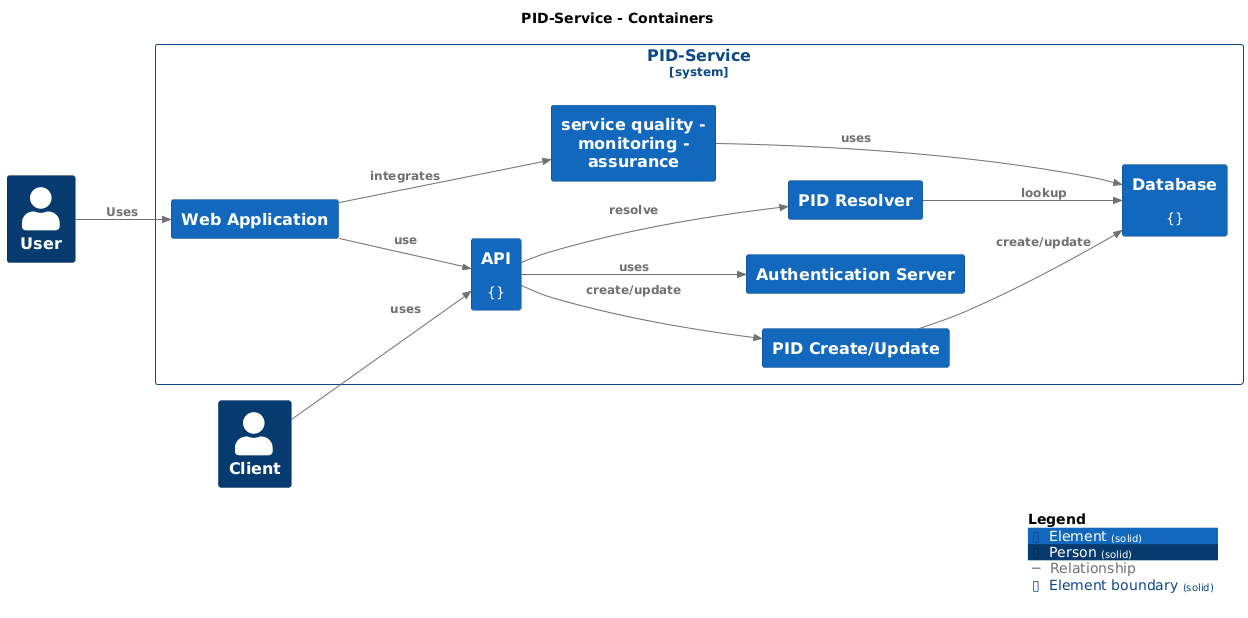
The PlantUML diagram master/png/Container-001.png in bingert/PID-System-C4-Model, before a commit. Source of this version:
```plantuml
@startuml
set separator none
title PID-Service - Containers

left to right direction

!include <C4/C4>
!include <C4/C4_Context>
!include <C4/C4_Container>

AddElementTag("Element", $bgColor="#1168bd", $borderColor="#0b4884", $fontColor="#ffffff", $sprite="", $shadowing="", $borderStyle="solid")
AddElementTag("Person", $bgColor="#073b6f", $borderColor="#04294d", $fontColor="#ffffff", $sprite="", $shadowing="", $borderStyle="solid")

AddRelTag("Relationship", $textColor="#707070", $lineColor="#707070", $lineStyle = "")

AddBoundaryTag("Element", $bgColor="#ffffff", $borderColor="#0b4884", $fontColor="#0b4884", $shadowing="", $borderStyle="solid")

Person(User, "User", $descr="", $tags="Person", $link="")
Person(Client, "Client", $descr="", $tags="Person", $link="")

System_Boundary("PIDService_boundary", "PID-Service", $tags="Element") {
  Container(PIDService.AuthenticationServer, "Authentication Server", $techn="", $descr="", $tags="Element", $link="")
  Container(PIDService.PIDResolver, "PID Resolver", $techn="", $descr="", $tags="Element", $link="")
  Container(PIDService.PIDCreateUpdate, "PID Create/Update", $techn="", $descr="", $tags="Element", $link="")
  Container(PIDService.servicequalitymonitoringassurance, "service quality - monitoring - assurance", $techn="", $descr="", $tags="Element", $link="")
  Container(PIDService.WebApplication, "Web Application", $techn="", $descr="", $tags="Element", $link="")
  Container(PIDService.Database, "Database", $techn="", $descr="{}", $tags="Element", $link="")
  Container(PIDService.API, "API", $techn="", $descr="{}", $tags="Element", $link="")
}

Rel(PIDService.API, PIDService.PIDResolver, "resolve", $techn="", $tags="Relationship", $link="")
Rel(PIDService.API, PIDService.PIDCreateUpdate, "create/update", $techn="", $tags="Relationship", $link="")
Rel(PIDService.API, PIDService.AuthenticationServer, "uses", $techn="", $tags="Relationship", $link="")
Rel(PIDService.WebApplication, PIDService.API, "use", $techn="", $tags="Relationship", $link="")
Rel(PIDService.PIDResolver, PIDService.Database, "lookup", $techn="", $tags="Relationship", $link="")
Rel(PIDService.PIDCreateUpdate, PIDService.Database, "create/update", $techn="", $tags="Relationship", $link="")
Rel(PIDService.servicequalitymonitoringassurance, PIDService.Database, "uses", $techn="", $tags="Relationship", $link="")
Rel(PIDService.WebApplication, PIDService.servicequalitymonitoringassurance, "integrates", $techn="", $tags="Relationship", $link="")
Rel(User, PIDService.WebApplication, "Uses", $techn="", $tags="Relationship", $link="")
Rel(Client, PIDService.API, "uses", $techn="", $tags="Relationship", $link="")

SHOW_LEGEND(true)
@enduml
```
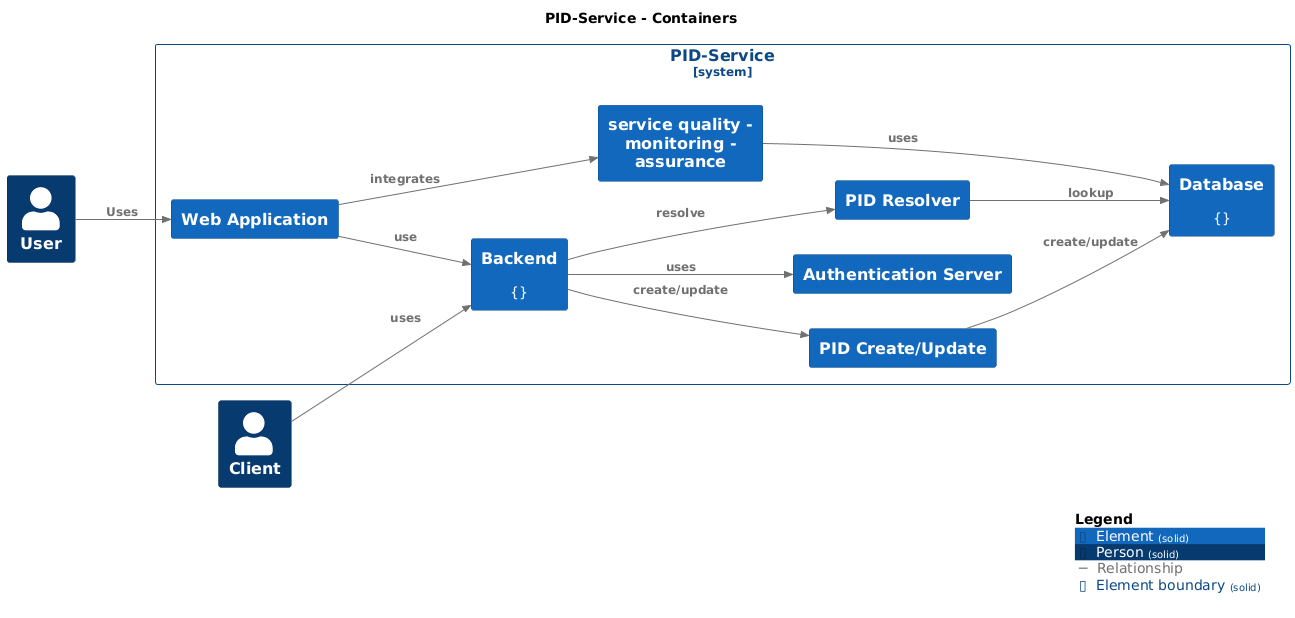
Later version of the same file.

Diff of the diagram source:
```diff
@@ -25,19 +25,19 @@
   Container(PIDService.servicequalitymonitoringassurance, "service quality - monitoring - assurance", $techn="", $descr="", $tags="Element", $link="")
   Container(PIDService.WebApplication, "Web Application", $techn="", $descr="", $tags="Element", $link="")
   Container(PIDService.Database, "Database", $techn="", $descr="{}", $tags="Element", $link="")
-  Container(PIDService.API, "API", $techn="", $descr="{}", $tags="Element", $link="")
+  Container(PIDService.Backend, "Backend", $techn="", $descr="{}", $tags="Element", $link="")
 }
 
-Rel(PIDService.API, PIDService.PIDResolver, "resolve", $techn="", $tags="Relationship", $link="")
-Rel(PIDService.API, PIDService.PIDCreateUpdate, "create/update", $techn="", $tags="Relationship", $link="")
-Rel(PIDService.API, PIDService.AuthenticationServer, "uses", $techn="", $tags="Relationship", $link="")
-Rel(PIDService.WebApplication, PIDService.API, "use", $techn="", $tags="Relationship", $link="")
+Rel(PIDService.Backend, PIDService.PIDResolver, "resolve", $techn="", $tags="Relationship", $link="")
+Rel(PIDService.Backend, PIDService.PIDCreateUpdate, "create/update", $techn="", $tags="Relationship", $link="")
+Rel(PIDService.Backend, PIDService.AuthenticationServer, "uses", $techn="", $tags="Relationship", $link="")
+Rel(PIDService.WebApplication, PIDService.Backend, "use", $techn="", $tags="Relationship", $link="")
 Rel(PIDService.PIDResolver, PIDService.Database, "lookup", $techn="", $tags="Relationship", $link="")
 Rel(PIDService.PIDCreateUpdate, PIDService.Database, "create/update", $techn="", $tags="Relationship", $link="")
 Rel(PIDService.servicequalitymonitoringassurance, PIDService.Database, "uses", $techn="", $tags="Relationship", $link="")
 Rel(PIDService.WebApplication, PIDService.servicequalitymonitoringassurance, "integrates", $techn="", $tags="Relationship", $link="")
 Rel(User, PIDService.WebApplication, "Uses", $techn="", $tags="Relationship", $link="")
-Rel(Client, PIDService.API, "uses", $techn="", $tags="Relationship", $link="")
+Rel(Client, PIDService.Backend, "uses", $techn="", $tags="Relationship", $link="")
 
 SHOW_LEGEND(true)
 @enduml
```
